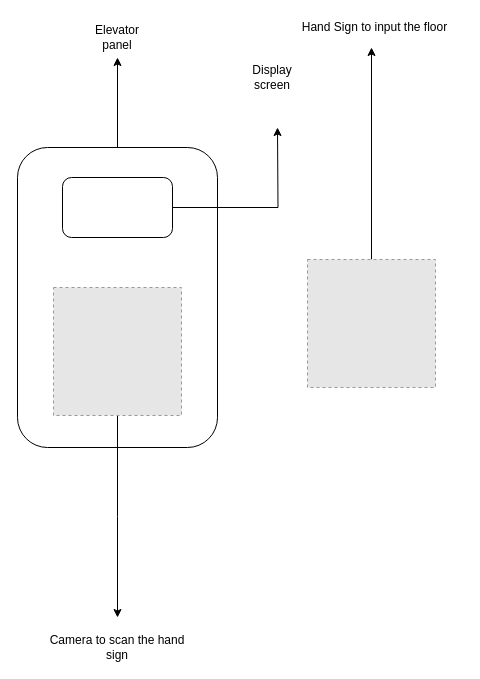
Before: page "Design 2" (2 of 6) of Elevator-design.drawio in abhishekori/design, a draw.io diagram. Source tidied: cells renumbered, new cells numbered last; positions are measured from the earlier drawing's top-left corner, leaving out a move shared by most shapes. Both pictures are drawn from the tidied source at 100%, with x=0, y=0 at pixel (17, 17). Pictures stored in the file or linked from it are replaced by grey dashed boxes.
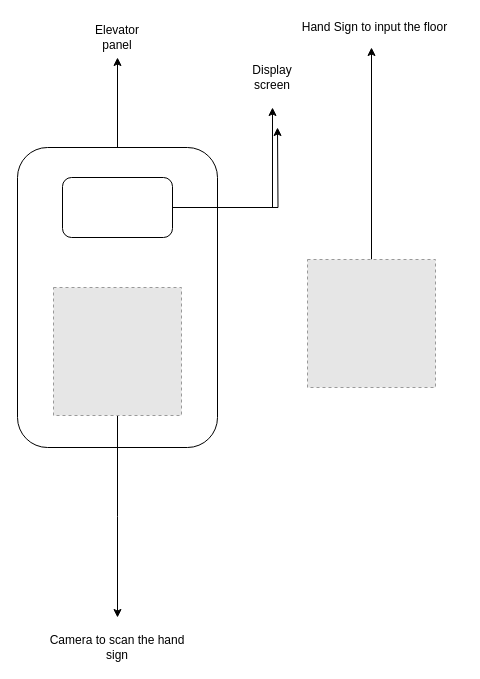
Above is the later version.

What changed in the source:
```diff
@@
 <mxGraphModel>
   <root>
     <mxCell id="0" />
     <mxCell id="1" parent="0" />
     <mxCell id="2" style="edgeStyle=orthogonalEdgeStyle;rounded=0;jettySize=auto;html=1;" parent="1" edge="1" source="3">
       <mxGeometry relative="1" as="geometry">
         <mxPoint x="100" y="40" as="targetPoint" />
       </mxGeometry>
     </mxCell>
     <mxCell id="3" style="rounded=1;whiteSpace=wrap;html=1;rotation=0;" parent="1" vertex="1">
       <mxGeometry y="130" width="200" height="300" as="geometry" />
     </mxCell>
     <mxCell id="4" style="edgeStyle=orthogonalEdgeStyle;rounded=0;jettySize=auto;html=1;" parent="1" edge="1" source="5">
       <mxGeometry relative="1" as="geometry">
         <mxPoint x="100" y="600" as="targetPoint" />
       </mxGeometry>
     </mxCell>
     <mxCell id="5" style="fillColor=#E6E6E6;strokeColor=#999999;dashed=1;html=1;verticalAlign=top;verticalLabelPosition=bottom;labelBackgroundColor=#ffffff;" parent="1" vertex="1">
       <mxGeometry x="36" y="270" width="128" height="128" as="geometry" />
     </mxCell>
     <mxCell id="6" style="edgeStyle=orthogonalEdgeStyle;rounded=0;jettySize=auto;html=1;" parent="1" edge="1" source="7">
       <mxGeometry relative="1" as="geometry">
         <mxPoint x="260" y="110" as="targetPoint" />
       </mxGeometry>
     </mxCell>
+    <mxCell id="14" style="edgeStyle=orthogonalEdgeStyle;rounded=0;jettySize=auto;html=1;" parent="1" edge="1" source="7" target="12">
+      <mxGeometry relative="1" as="geometry" />
+    </mxCell>
     <mxCell id="7" style="rounded=1;whiteSpace=wrap;html=1;" parent="1" vertex="1">
       <mxGeometry x="45" y="160" width="110" height="60" as="geometry" />
     </mxCell>
     <mxCell id="8" style="edgeStyle=orthogonalEdgeStyle;rounded=0;jettySize=auto;html=1;" parent="1" edge="1" source="9">
       <mxGeometry relative="1" as="geometry">
         <mxPoint x="354" y="30" as="targetPoint" />
       </mxGeometry>
     </mxCell>
     <mxCell id="9" style="fillColor=#E6E6E6;strokeColor=#999999;dashed=1;html=1;verticalAlign=top;verticalLabelPosition=bottom;labelBackgroundColor=#ffffff;" parent="1" vertex="1">
       <mxGeometry x="290" y="242" width="128" height="128" as="geometry" />
     </mxCell>
     <mxCell id="10" value="Elevator panel" style="text;html=1;strokeColor=none;fillColor=none;align=center;verticalAlign=middle;whiteSpace=wrap;rounded=0;" parent="1" vertex="1">
       <mxGeometry x="80" y="10" width="40" height="20" as="geometry" />
     </mxCell>
     <mxCell id="11" value="Hand Sign to input the floor" style="text;html=1;strokeColor=none;fillColor=none;align=center;verticalAlign=middle;whiteSpace=wrap;rounded=0;" parent="1" vertex="1">
       <mxGeometry x="270" width="175" height="20" as="geometry" />
     </mxCell>
     <mxCell id="12" value="Display screen" style="text;html=1;strokeColor=none;fillColor=none;align=center;verticalAlign=middle;whiteSpace=wrap;rounded=0;" parent="1" vertex="1">
       <mxGeometry x="220" y="30" width="70" height="60" as="geometry" />
     </mxCell>
     <mxCell id="13" value="Camera to scan the hand sign" style="text;html=1;strokeColor=none;fillColor=none;align=center;verticalAlign=middle;whiteSpace=wrap;rounded=0;" parent="1" vertex="1">
       <mxGeometry x="25" y="620" width="150" height="20" as="geometry" />
     </mxCell>
   </root>
 </mxGraphModel>
```
